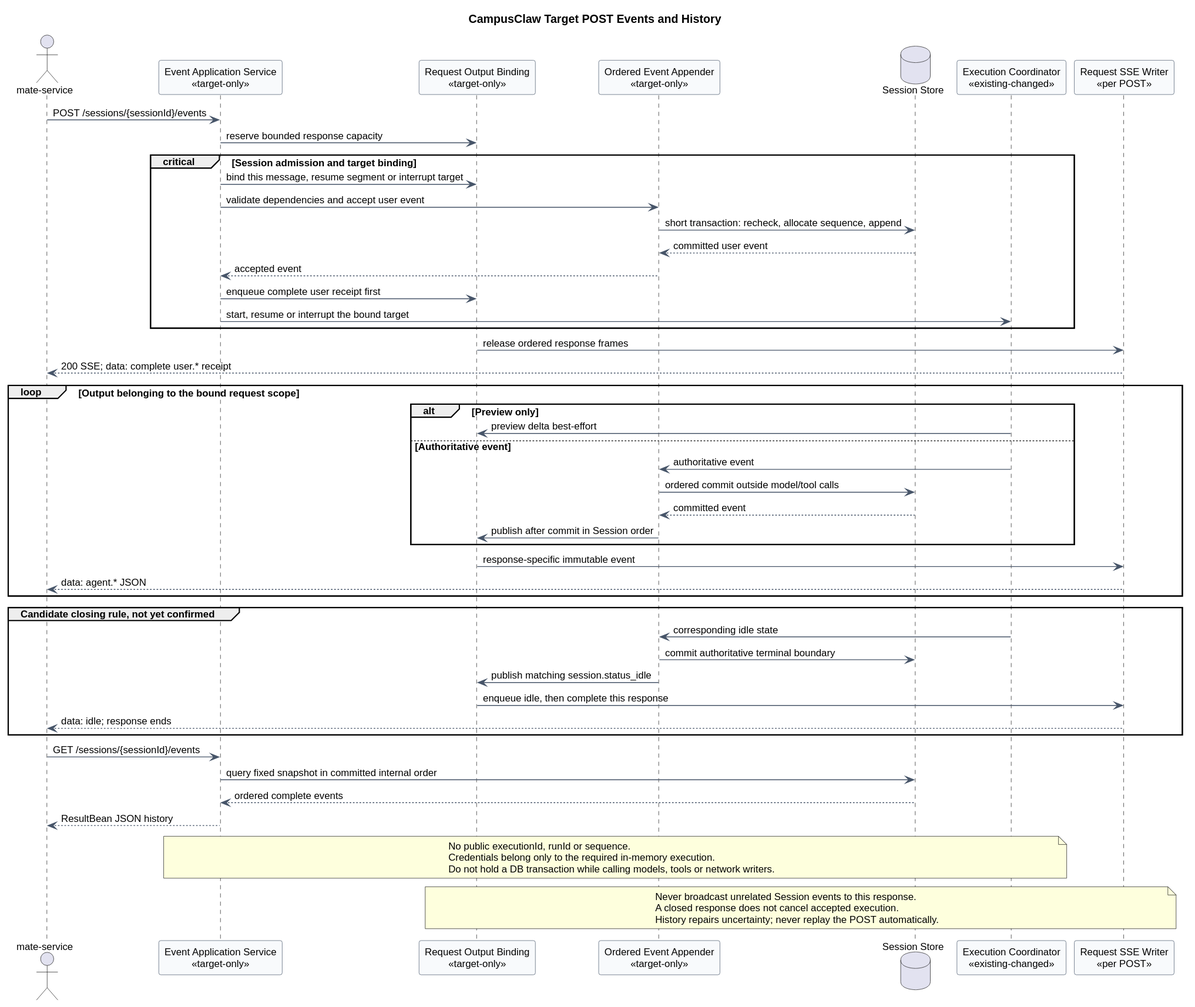
Above: 01-总体架构/01-CampusClaw多Agent运行时/设计图/事件接口重设计/target_session_events_resource_model.svg in ssm0808/pi-mono-java-design (PlantUML), before the change. Its diagram source:
```plantuml
@startuml
title CampusClaw Target POST Events and History
skinparam backgroundColor #FFFFFF
skinparam shadowing false
skinparam defaultFontName Arial
skinparam defaultFontSize 12
skinparam sequence {
  ParticipantBackgroundColor #F8FAFC
  ParticipantBorderColor #475569
  ArrowColor #475569
}
actor "mate-service" as Mate
participant "Event Application Service\n<<target-only>>" as API
participant "Request Output Binding\n<<target-only>>" as Binding
participant "Ordered Event Appender\n<<target-only>>" as Append
database "Session Store" as Store
participant "Execution Coordinator\n<<existing-changed>>" as Execution
participant "Request SSE Writer\n<<per POST>>" as Writer

Mate -> API : POST /sessions/{sessionId}/events
API -> Binding : reserve bounded response capacity
critical Session admission and target binding
  API -> Binding : bind this message, resume segment or interrupt target
  API -> Append : validate dependencies and accept user event
  Append -> Store : short transaction: recheck, allocate sequence, append
  Store --> Append : committed user event
  Append --> API : accepted event
  API -> Binding : enqueue complete user receipt first
  API -> Execution : start, resume or interrupt the bound target
end
Binding -> Writer : release ordered response frames
Writer --> Mate : 200 SSE; data: complete user.* receipt

loop Output belonging to the bound request scope
  alt Preview only
    Execution -> Binding : preview delta best-effort
  else Authoritative event
    Execution -> Append : authoritative event
    Append -> Store : ordered commit outside model/tool calls
    Store --> Append : committed event
    Append -> Binding : publish after commit in Session order
  end
  Binding -> Writer : response-specific immutable event
  Writer --> Mate : data: agent.* JSON
end
group Candidate closing rule, not yet confirmed
  Execution -> Append : corresponding idle state
  Append -> Store : commit authoritative terminal boundary
  Append -> Binding : publish matching session.status_idle
  Binding -> Writer : enqueue idle, then complete this response
  Writer --> Mate : data: idle; response ends
end
Mate -> API : GET /sessions/{sessionId}/events
API -> Store : query fixed snapshot in committed internal order
Store --> API : ordered complete events
API --> Mate : ResultBean JSON history

note over API,Execution
No public executionId, runId or sequence.
Credentials belong only to the required in-memory execution.
Do not hold a DB transaction while calling models, tools or network writers.
end note
note over Binding,Writer
Never broadcast unrelated Session events to this response.
A closed response does not cancel accepted execution.
History repairs uncertainty; never replay the POST automatically.
end note
@enduml
```
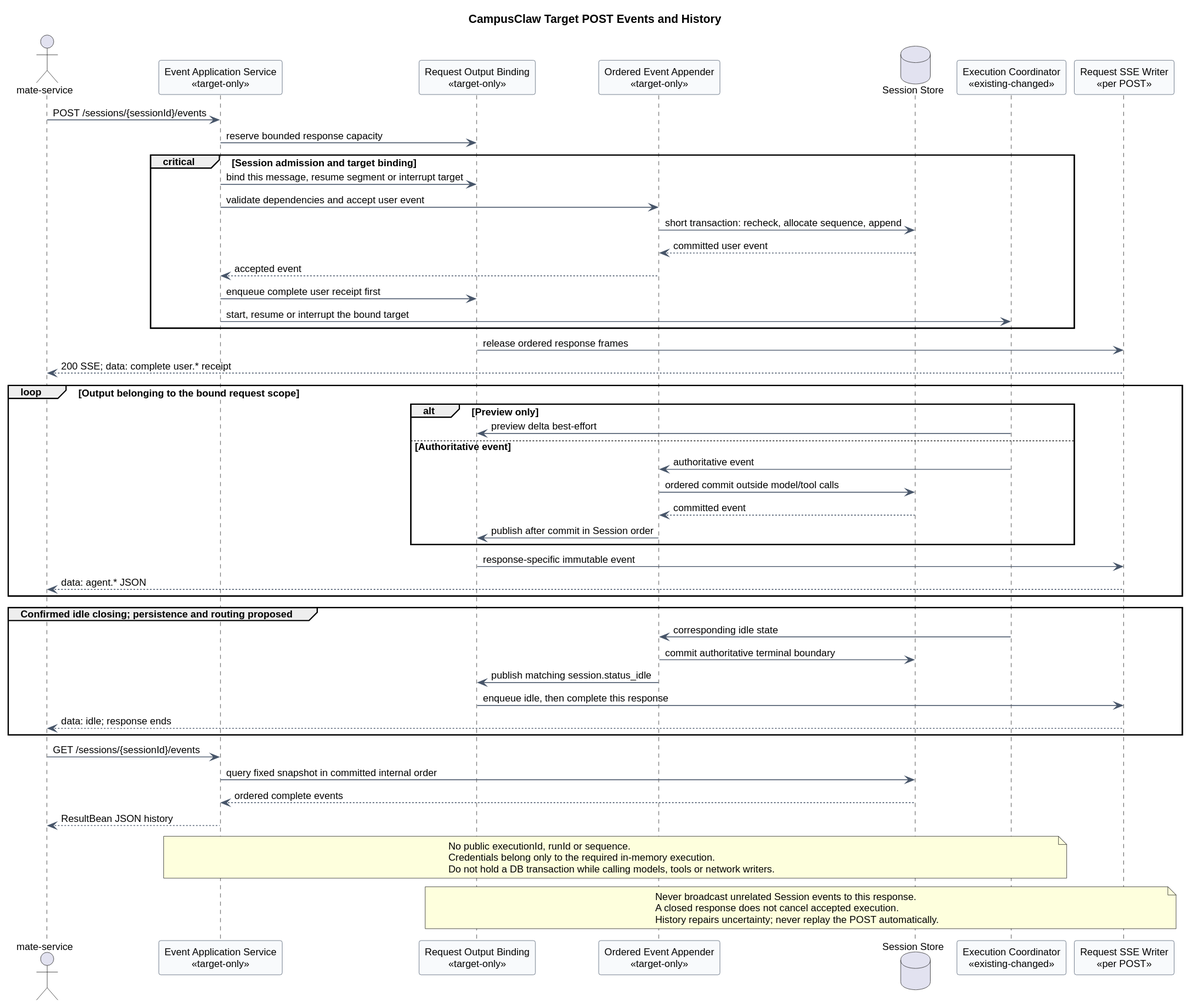
After the commit.

Commit message:
docs(runtime): 确认 POST SSE 的 idle 结束规则

What changed in the source:
```diff
@@ -43,7 +43,7 @@
   Binding -> Writer : response-specific immutable event
   Writer --> Mate : data: agent.* JSON
 end
-group Candidate closing rule, not yet confirmed
+group Confirmed idle closing; persistence and routing proposed
   Execution -> Append : corresponding idle state
   Append -> Store : commit authoritative terminal boundary
   Append -> Binding : publish matching session.status_idle
```
